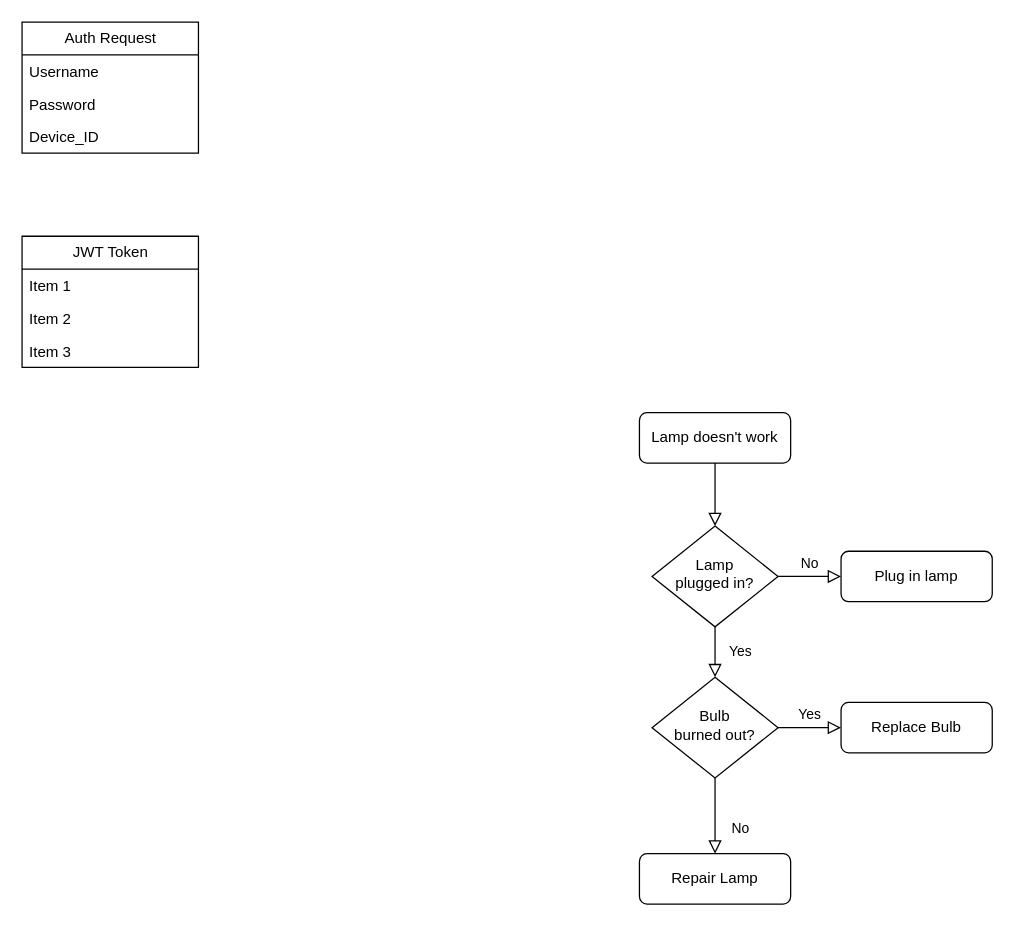
This is Diagrams/Authentication.drawio from david-ruffner/InventoryTrackerController, a draw.io file, before an edit. Source tidied: cells renumbered, new cells numbered last; positions are measured from the earlier drawing's top-left corner, leaving out a move shared by most shapes. Both pictures are drawn from the tidied source at 126%, with x=0, y=0 at pixel (21, 21).
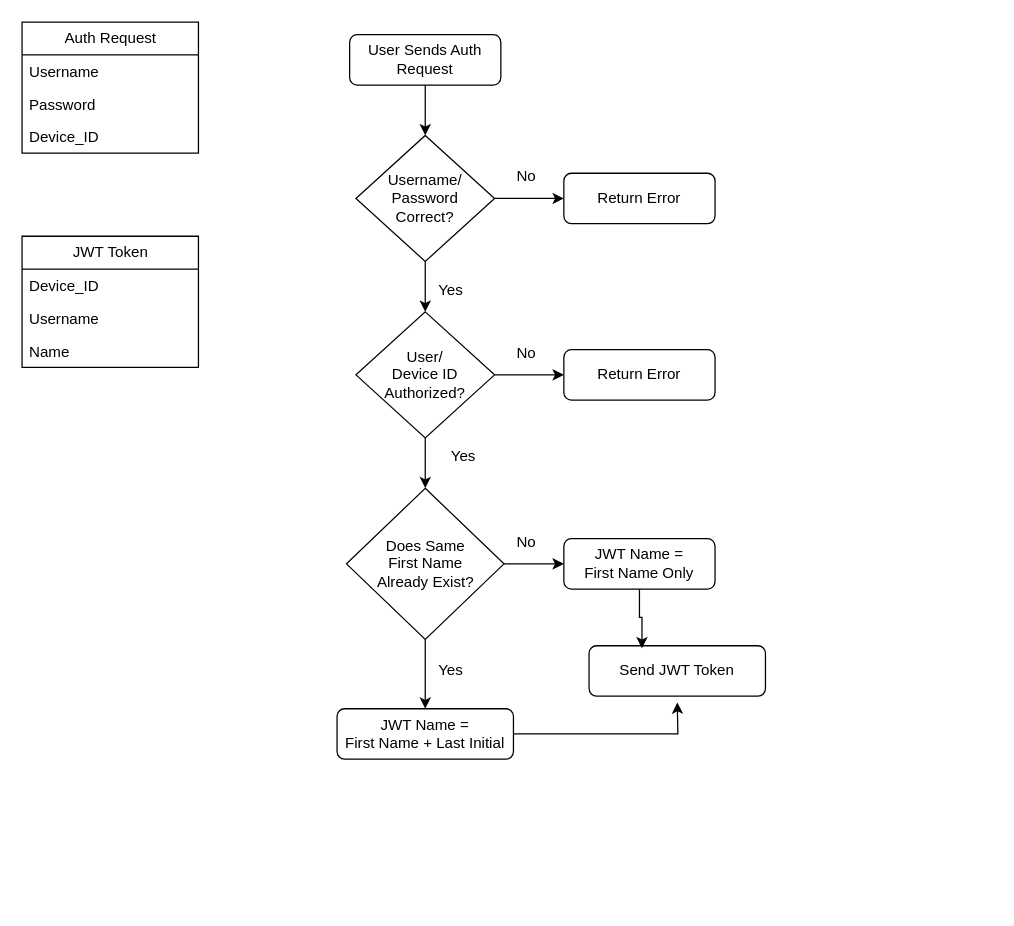
The same page after the edit.

The change refers to these unchanged cells:
```xml
<mxCell id="13" value="JWT Token" style="swimlane;fontStyle=0;horizontal=1;startSize=26;fillColor=none;html=1;" parent="1" vertex="1">
  <mxGeometry y="170" width="140" height="104" as="geometry" />
</mxCell>
```

What changed in the source:
```diff
@@
-    <mxCell id="2" style="rounded=0;html=1;jettySize=auto;fontSize=11;endArrow=block;endFill=0;endSize=8;strokeWidth=1;shadow=0;labelBackgroundColor=none;edgeStyle=orthogonalEdgeStyle;" parent="1" edge="1" source="3" target="6">
-      <mxGeometry relative="1" as="geometry" />
-    </mxCell>
+    <mxCell id="21" style="edgeStyle=orthogonalEdgeStyle;rounded=0;jettySize=auto;html=1;entryX=0.5;entryY=0;entryDx=0;entryDy=0;" parent="1" edge="1" source="3" target="24">
+      <mxGeometry relative="1" as="geometry" />
+    </mxCell>
-    <mxCell id="3" value="Lamp doesn't work" style="rounded=1;whiteSpace=wrap;html=1;fontSize=12;glass=0;strokeWidth=1;shadow=0;" parent="1" vertex="1">
-      <mxGeometry x="490" y="310" width="120" height="40" as="geometry" />
+    <mxCell id="3" value="User Sends Auth Request" style="rounded=1;whiteSpace=wrap;html=1;fontSize=12;glass=0;strokeWidth=1;shadow=0;" parent="1" vertex="1">
+      <mxGeometry x="260" y="10" width="120" height="40" as="geometry" />
     </mxCell>
-    <mxCell id="4" value="Yes" style="rounded=0;html=1;jettySize=auto;fontSize=11;endArrow=block;endFill=0;endSize=8;strokeWidth=1;shadow=0;labelBackgroundColor=none;edgeStyle=orthogonalEdgeStyle;" parent="1" edge="1" source="6" target="10">
-      <mxGeometry y="20" relative="1" as="geometry" />
-    </mxCell>
-    <mxCell id="5" value="No" style="edgeStyle=orthogonalEdgeStyle;rounded=0;html=1;jettySize=auto;fontSize=11;endArrow=block;endFill=0;endSize=8;strokeWidth=1;shadow=0;labelBackgroundColor=none;" parent="1" edge="1" source="6" target="7">
-      <mxGeometry y="10" relative="1" as="geometry" />
-    </mxCell>
-    <mxCell id="6" value="Lamp&lt;br&gt;plugged in?" style="rhombus;whiteSpace=wrap;html=1;shadow=0;fontFamily=Helvetica;fontSize=12;align=center;strokeWidth=1;spacing=6;spacingTop=-4;" parent="1" vertex="1">
-      <mxGeometry x="500" y="400" width="100" height="80" as="geometry" />
-    </mxCell>
-    <mxCell id="7" value="Plug in lamp" style="rounded=1;whiteSpace=wrap;html=1;fontSize=12;glass=0;strokeWidth=1;shadow=0;" parent="1" vertex="1">
-      <mxGeometry x="650" y="420" width="120" height="40" as="geometry" />
-    </mxCell>
-    <mxCell id="8" value="No" style="rounded=0;html=1;jettySize=auto;fontSize=11;endArrow=block;endFill=0;endSize=8;strokeWidth=1;shadow=0;labelBackgroundColor=none;edgeStyle=orthogonalEdgeStyle;" parent="1" edge="1" source="10" target="11">
-      <mxGeometry x="0.33" y="20" relative="1" as="geometry" />
-    </mxCell>
-    <mxCell id="9" value="Yes" style="edgeStyle=orthogonalEdgeStyle;rounded=0;html=1;jettySize=auto;fontSize=11;endArrow=block;endFill=0;endSize=8;strokeWidth=1;shadow=0;labelBackgroundColor=none;" parent="1" edge="1" source="10" target="12">
-      <mxGeometry y="10" relative="1" as="geometry" />
-    </mxCell>
-    <mxCell id="10" value="Bulb&lt;br&gt;burned out?" style="rhombus;whiteSpace=wrap;html=1;shadow=0;fontFamily=Helvetica;fontSize=12;align=center;strokeWidth=1;spacing=6;spacingTop=-4;" parent="1" vertex="1">
-      <mxGeometry x="500" y="520" width="100" height="80" as="geometry" />
-    </mxCell>
-    <mxCell id="11" value="Repair Lamp" style="rounded=1;whiteSpace=wrap;html=1;fontSize=12;glass=0;strokeWidth=1;shadow=0;" parent="1" vertex="1">
-      <mxGeometry x="490" y="660" width="120" height="40" as="geometry" />
-    </mxCell>
-    <mxCell id="12" value="Replace Bulb" style="rounded=1;whiteSpace=wrap;html=1;fontSize=12;glass=0;strokeWidth=1;shadow=0;" parent="1" vertex="1">
-      <mxGeometry x="650" y="540" width="120" height="40" as="geometry" />
-    </mxCell>
@@
-    <mxCell id="14" value="Item 1" style="text;strokeColor=none;fillColor=none;align=left;verticalAlign=top;spacingLeft=4;spacingRight=4;overflow=hidden;whiteSpace=wrap;html=1;" parent="13" vertex="1">
+    <mxCell id="14" value="Device_ID" style="text;strokeColor=none;fillColor=none;align=left;verticalAlign=top;spacingLeft=4;spacingRight=4;overflow=hidden;whiteSpace=wrap;html=1;" parent="13" vertex="1">
       <mxGeometry y="26" width="140" height="26" as="geometry" />
     </mxCell>
-    <mxCell id="15" value="Item 2" style="text;strokeColor=none;fillColor=none;align=left;verticalAlign=top;spacingLeft=4;spacingRight=4;overflow=hidden;whiteSpace=wrap;html=1;" parent="13" vertex="1">
+    <mxCell id="15" value="Username" style="text;strokeColor=none;fillColor=none;align=left;verticalAlign=top;spacingLeft=4;spacingRight=4;overflow=hidden;whiteSpace=wrap;html=1;" parent="13" vertex="1">
       <mxGeometry y="52" width="140" height="26" as="geometry" />
     </mxCell>
-    <mxCell id="16" value="Item 3" style="text;strokeColor=none;fillColor=none;align=left;verticalAlign=top;spacingLeft=4;spacingRight=4;overflow=hidden;whiteSpace=wrap;html=1;" parent="13" vertex="1">
+    <mxCell id="16" value="Name" style="text;strokeColor=none;fillColor=none;align=left;verticalAlign=top;spacingLeft=4;spacingRight=4;overflow=hidden;whiteSpace=wrap;html=1;" parent="13" vertex="1">
       <mxGeometry y="78" width="140" height="26" as="geometry" />
     </mxCell>
@@
+    <mxCell id="22" style="edgeStyle=orthogonalEdgeStyle;rounded=0;jettySize=auto;html=1;" parent="1" edge="1" source="24" target="25">
+      <mxGeometry relative="1" as="geometry" />
+    </mxCell>
+    <mxCell id="23" style="edgeStyle=orthogonalEdgeStyle;rounded=0;jettySize=auto;html=1;" parent="1" edge="1" source="24" target="29">
+      <mxGeometry relative="1" as="geometry" />
+    </mxCell>
+    <mxCell id="24" value="Username/&lt;div&gt;Password&lt;/div&gt;&lt;div&gt;Correct?&lt;/div&gt;" style="rhombus;whiteSpace=wrap;html=1;" parent="1" vertex="1">
+      <mxGeometry x="265" y="90" width="110" height="100" as="geometry" />
+    </mxCell>
+    <mxCell id="25" value="Return Error" style="rounded=1;whiteSpace=wrap;html=1;fontSize=12;glass=0;strokeWidth=1;shadow=0;" parent="1" vertex="1">
+      <mxGeometry x="430" y="120" width="120" height="40" as="geometry" />
+    </mxCell>
+    <mxCell id="26" value="No" style="text;html=1;align=center;verticalAlign=middle;strokeColor=none;fillColor=none;" parent="1" vertex="1">
+      <mxGeometry x="380" y="108" width="40" height="30" as="geometry" />
+    </mxCell>
+    <mxCell id="27" style="edgeStyle=orthogonalEdgeStyle;rounded=0;jettySize=auto;html=1;entryX=0;entryY=0.5;entryDx=0;entryDy=0;" parent="1" edge="1" source="29" target="31">
+      <mxGeometry relative="1" as="geometry" />
+    </mxCell>
+    <mxCell id="28" style="edgeStyle=orthogonalEdgeStyle;rounded=0;jettySize=auto;html=1;exitX=0.5;exitY=1;exitDx=0;exitDy=0;entryX=0.5;entryY=0;entryDx=0;entryDy=0;" parent="1" edge="1" source="29" target="35">
+      <mxGeometry relative="1" as="geometry" />
+    </mxCell>
+    <mxCell id="29" value="User/&lt;div&gt;Device ID&lt;/div&gt;&lt;div&gt;Authorized?&lt;/div&gt;" style="rhombus;whiteSpace=wrap;html=1;" parent="1" vertex="1">
+      <mxGeometry x="265" y="230" width="110" height="100" as="geometry" />
+    </mxCell>
+    <mxCell id="30" value="Yes" style="text;html=1;align=center;verticalAlign=middle;strokeColor=none;fillColor=none;" parent="1" vertex="1">
+      <mxGeometry x="320" y="198" width="40" height="30" as="geometry" />
+    </mxCell>
+    <mxCell id="31" value="Return Error" style="rounded=1;whiteSpace=wrap;html=1;fontSize=12;glass=0;strokeWidth=1;shadow=0;" parent="1" vertex="1">
+      <mxGeometry x="430" y="260" width="120" height="40" as="geometry" />
+    </mxCell>
+    <mxCell id="32" value="No" style="text;html=1;align=center;verticalAlign=middle;strokeColor=none;fillColor=none;" parent="1" vertex="1">
+      <mxGeometry x="380" y="248" width="40" height="30" as="geometry" />
+    </mxCell>
+    <mxCell id="33" style="edgeStyle=orthogonalEdgeStyle;rounded=0;jettySize=auto;html=1;entryX=0;entryY=0.5;entryDx=0;entryDy=0;" parent="1" edge="1" source="35" target="37">
+      <mxGeometry relative="1" as="geometry" />
+    </mxCell>
+    <mxCell id="34" style="edgeStyle=orthogonalEdgeStyle;rounded=0;jettySize=auto;html=1;exitX=0.5;exitY=1;exitDx=0;exitDy=0;entryX=0.5;entryY=0;entryDx=0;entryDy=0;" parent="1" edge="1" source="35" target="40">
+      <mxGeometry relative="1" as="geometry" />
+    </mxCell>
+    <mxCell id="35" value="Does Same&lt;div&gt;First Name&lt;/div&gt;&lt;div&gt;Already Exist?&lt;/div&gt;" style="rhombus;whiteSpace=wrap;html=1;" parent="1" vertex="1">
+      <mxGeometry x="257.5" y="370" width="125" height="120" as="geometry" />
+    </mxCell>
+    <mxCell id="36" value="Yes" style="text;html=1;align=center;verticalAlign=middle;strokeColor=none;fillColor=none;" parent="1" vertex="1">
+      <mxGeometry x="330" y="330" width="40" height="30" as="geometry" />
+    </mxCell>
+    <mxCell id="37" value="JWT Name =&lt;div&gt;First Name Only&lt;/div&gt;" style="rounded=1;whiteSpace=wrap;html=1;fontSize=12;glass=0;strokeWidth=1;shadow=0;" parent="1" vertex="1">
+      <mxGeometry x="430" y="410" width="120" height="40" as="geometry" />
+    </mxCell>
+    <mxCell id="38" value="No" style="text;html=1;align=center;verticalAlign=middle;strokeColor=none;fillColor=none;" parent="1" vertex="1">
+      <mxGeometry x="380" y="398" width="40" height="30" as="geometry" />
+    </mxCell>
+    <mxCell id="39" style="edgeStyle=orthogonalEdgeStyle;rounded=0;jettySize=auto;html=1;" parent="1" edge="1" source="40">
+      <mxGeometry relative="1" as="geometry">
+        <mxPoint x="520" y="540" as="targetPoint" />
+      </mxGeometry>
+    </mxCell>
+    <mxCell id="40" value="JWT Name =&lt;div&gt;First Name + Last Initial&lt;/div&gt;" style="rounded=1;whiteSpace=wrap;html=1;fontSize=12;glass=0;strokeWidth=1;shadow=0;" parent="1" vertex="1">
+      <mxGeometry x="250" y="545" width="140" height="40" as="geometry" />
+    </mxCell>
+    <mxCell id="41" value="Yes" style="text;html=1;align=center;verticalAlign=middle;strokeColor=none;fillColor=none;" parent="1" vertex="1">
+      <mxGeometry x="320" y="500" width="40" height="30" as="geometry" />
+    </mxCell>
+    <mxCell id="42" value="Send JWT Token" style="rounded=1;whiteSpace=wrap;html=1;fontSize=12;glass=0;strokeWidth=1;shadow=0;" parent="1" vertex="1">
+      <mxGeometry x="450" y="495" width="140" height="40" as="geometry" />
+    </mxCell>
+    <mxCell id="43" style="edgeStyle=orthogonalEdgeStyle;rounded=0;jettySize=auto;html=1;entryX=0.3;entryY=0.05;entryDx=0;entryDy=0;entryPerimeter=0;" parent="1" edge="1" source="37" target="42">
+      <mxGeometry relative="1" as="geometry" />
+    </mxCell>
```
